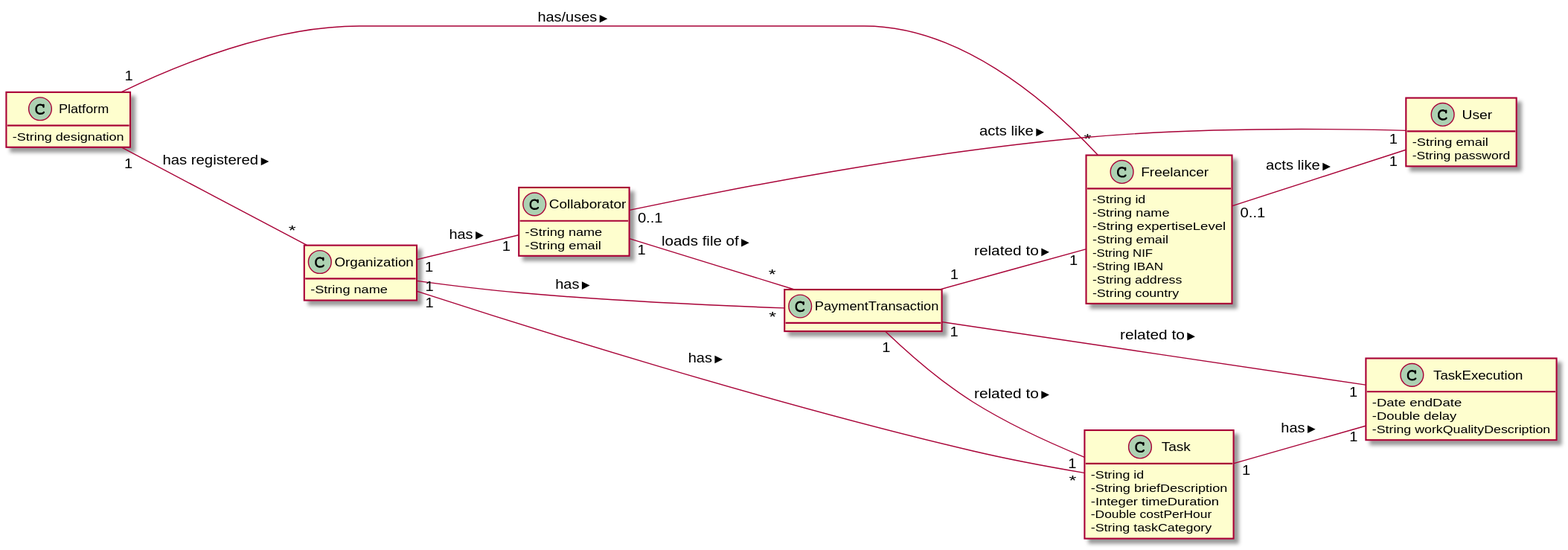
Before: docs/UC4 - Upload File/UC4_MD.svg, a diagram exported from PlantUML (pedrolemos4/LAPR2). The source it was exported from:
```plantuml
@startuml
skinparam classAttributeIconSize 0
hide methods
left to right direction

class Platform {
  -String designation
}

class Organization {
  -String name
}

class Collaborator {
  -String name
  -String email
}


class User {
  -String email
  -String password
}

class Freelancer {
  -String id
  -String name
  -String expertiseLevel
  -String email
  -String NIF
  -String IBAN
  -String address
  -String country
  }

class Task {
 -String id
 -String briefDescription
 -Integer timeDuration
 -Double costPerHour
 -String taskCategory
}

class TaskExecution {
 -Date endDate
 -Double delay
 -String workQualityDescription
}

class PaymentTransaction{
}

Platform "1" -- "*" Organization : has registered >
Platform "1" -- "*" Freelancer : has/uses >
Organization "1" -- "1" Collaborator: has >
Organization "1" -- "*" Task: has >
Organization "1" -- "*" PaymentTransaction: has >
Collaborator "0..1" -- "1" User: acts like >
Freelancer "0..1" -- "1" User: acts like >
Collaborator "1" -- "*" PaymentTransaction: loads file of >
PaymentTransaction "1" -- "1" Freelancer: related to >
PaymentTransaction "1" -- "1" Task: related to >
PaymentTransaction "1" -- "1" TaskExecution: related to >
Task "1" -- "1" TaskExecution: has >
@enduml
```
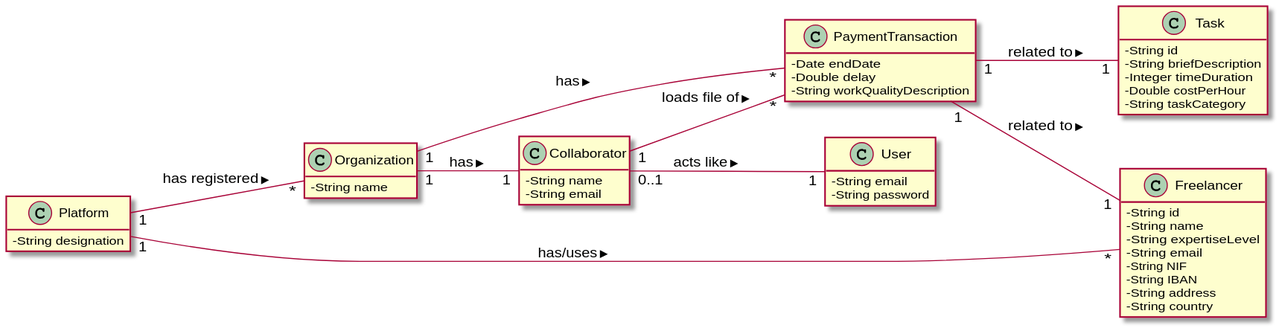
The same diagram one commit later.

Change to the diagram source:
```diff
@@ -41,25 +41,19 @@
  -String taskCategory
 }
 
-class TaskExecution {
+
+class PaymentTransaction{
  -Date endDate
  -Double delay
  -String workQualityDescription
 }
 
-class PaymentTransaction{
-}
-
 Platform "1" -- "*" Organization : has registered >
 Platform "1" -- "*" Freelancer : has/uses >
 Organization "1" -- "1" Collaborator: has >
-Organization "1" -- "*" Task: has >
 Organization "1" -- "*" PaymentTransaction: has >
 Collaborator "0..1" -- "1" User: acts like >
-Freelancer "0..1" -- "1" User: acts like >
 Collaborator "1" -- "*" PaymentTransaction: loads file of >
 PaymentTransaction "1" -- "1" Freelancer: related to >
 PaymentTransaction "1" -- "1" Task: related to >
-PaymentTransaction "1" -- "1" TaskExecution: related to >
-Task "1" -- "1" TaskExecution: has >
 @enduml
```
